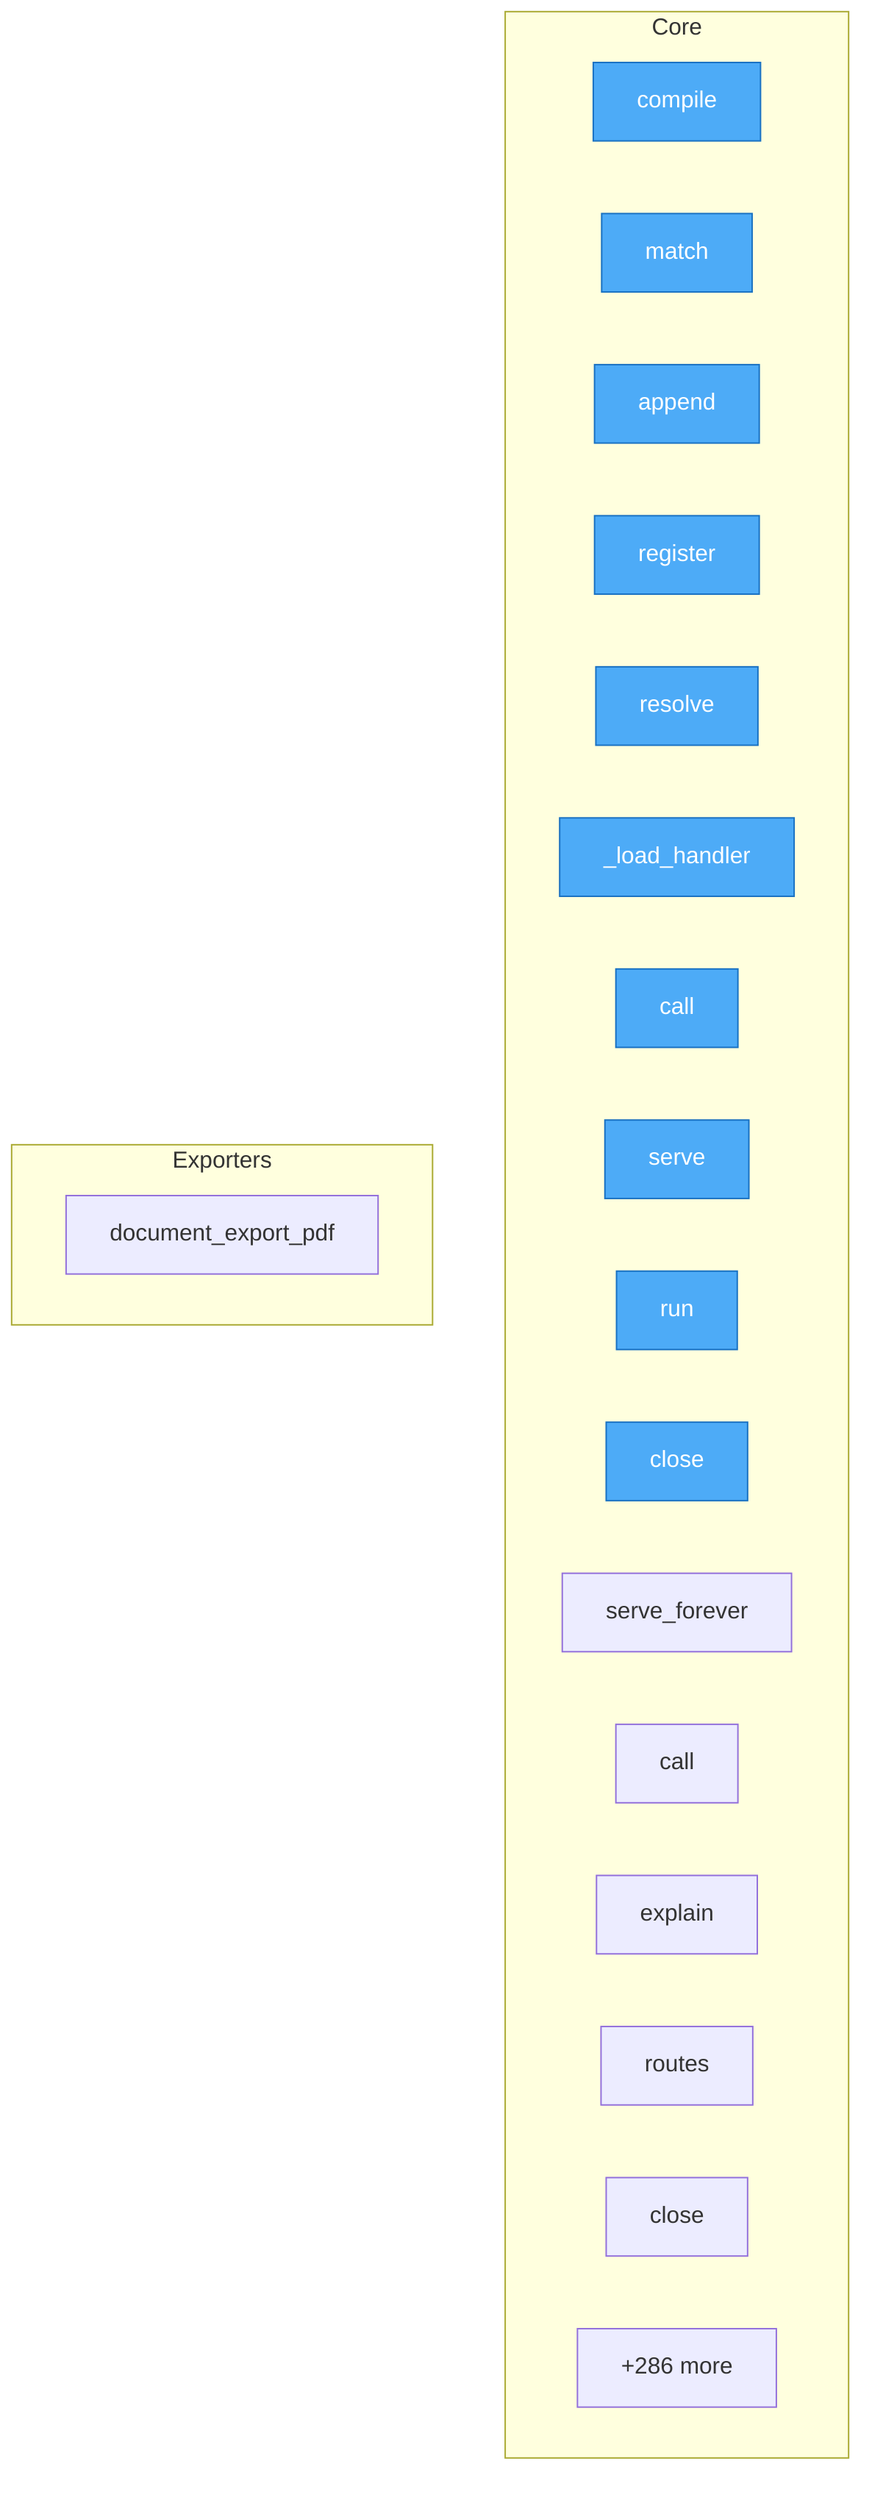
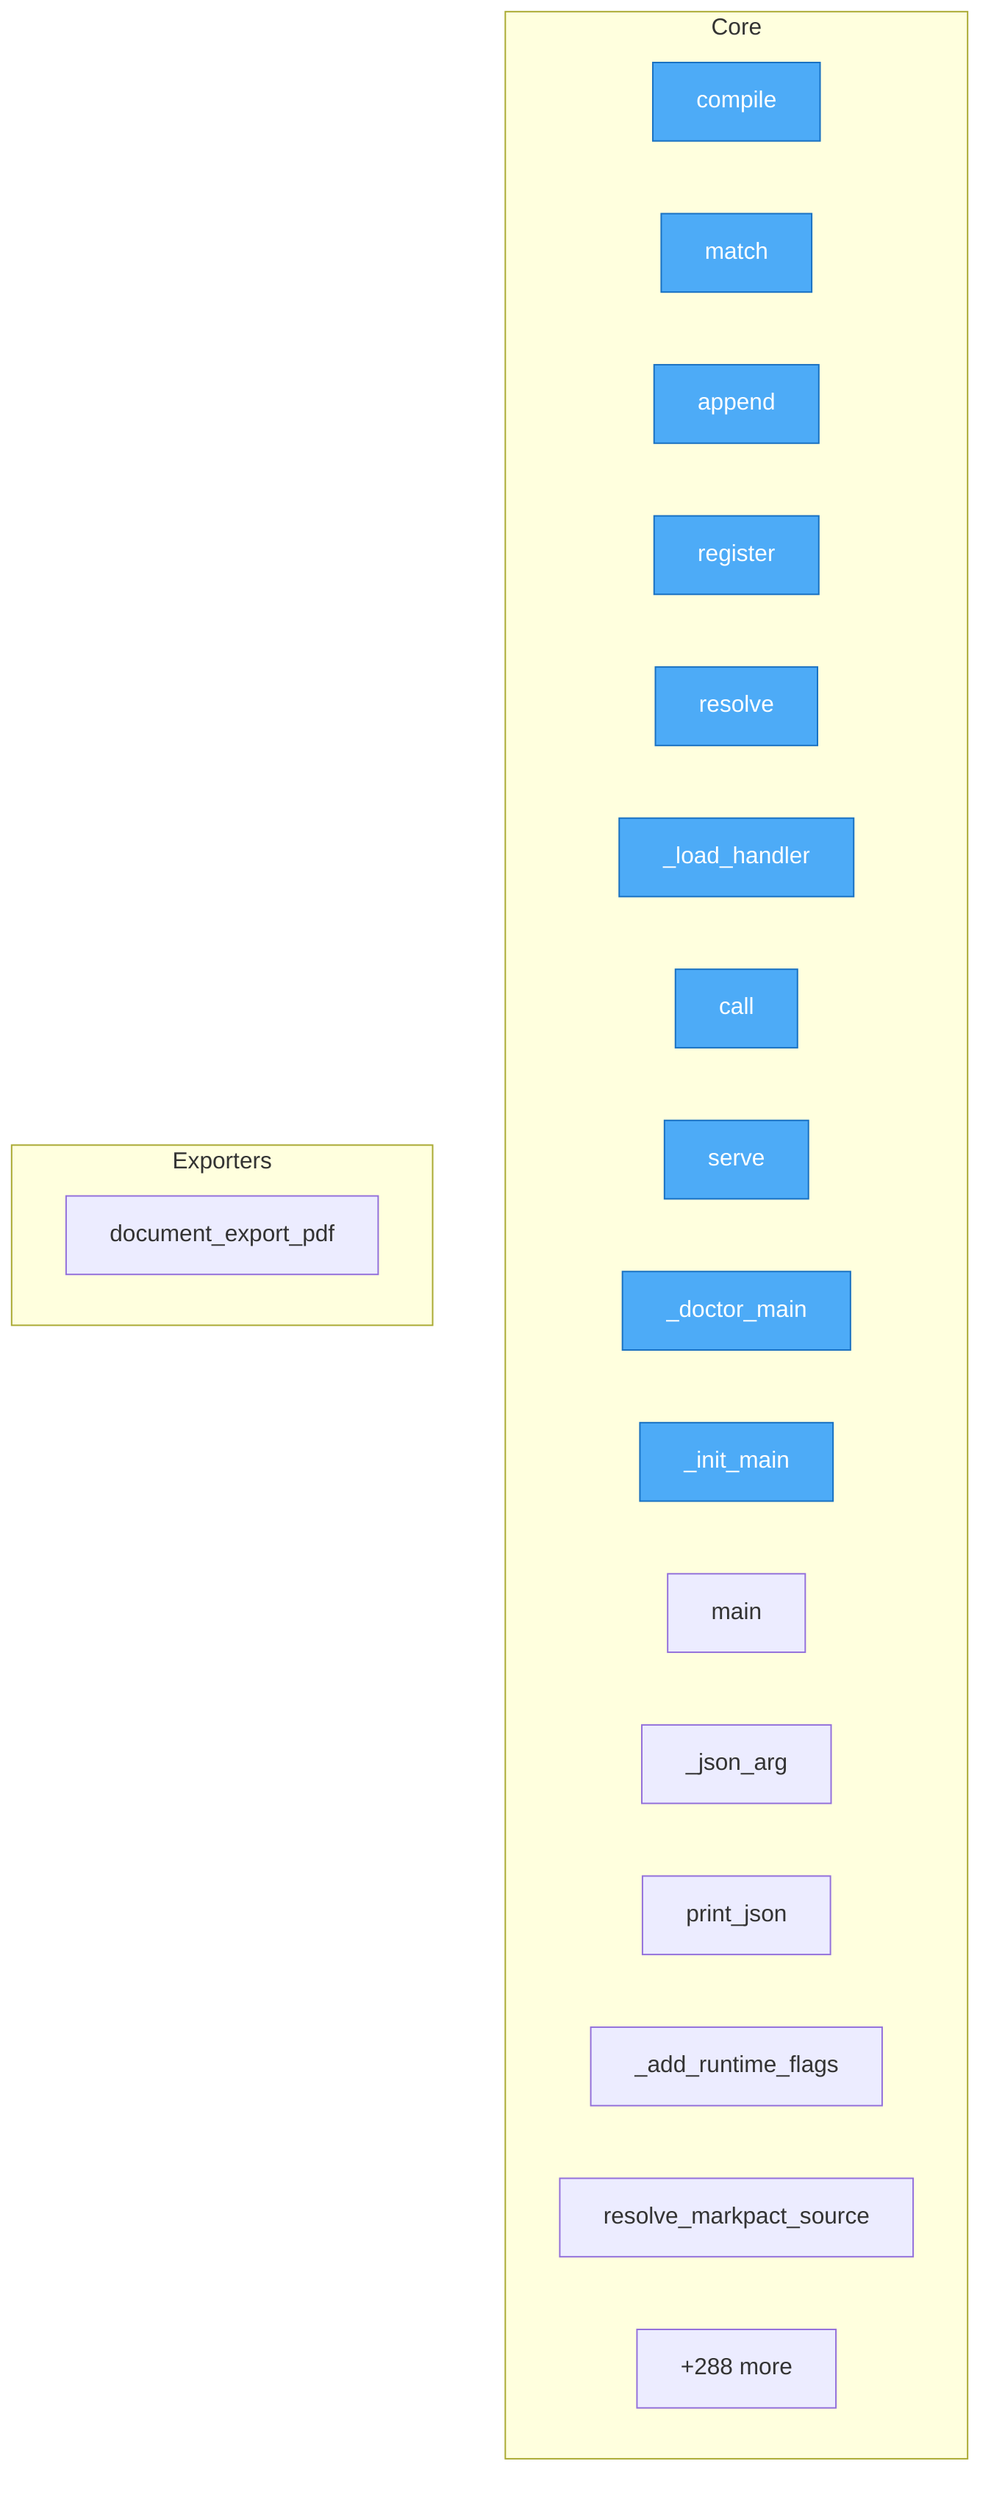
flowchart TD
- %% generated in 0.02s
+ %% generated in 0.03s

    %% Entry points (blue)
    classDef entry fill:#4dabf7,stroke:#1971c2,color:#fff

    subgraph Core
        packages__python__urisysedge__runtime__Route__compile["compile"]
        packages__python__urisysedge__runtime__Route__match["match"]
        packages__python__urisysedge__runtime__JsonlEventStore__append["append"]
        packages__python__urisysedge__runtime__Runtime__register["register"]
        packages__python__urisysedge__runtime__Runtime__resolve["resolve"]
        packages__python__urisysedge__runtime__Runtime___load_handler["_load_handler"]
        packages__python__urisysedge__runtime__Runtime__call["call"]
        packages__python__urisysedge__runtime__serve["serve"]
-         src__urisys__controllers__flow_controller__FlowController__run["run"]
-         src__urisys__controllers__flow_controller__FlowController__close["close"]
-         src__urisys__controllers__server_controller__ServerController__serve_forever["serve_forever"]
-         src__urisys__controllers__uri_controller__UriController__call["call"]
-         src__urisys__controllers__uri_controller__UriController__explain["explain"]
-         src__urisys__controllers__uri_controller__UriController__routes["routes"]
-         src__urisys__controllers__uri_controller__UriController__close["close"]
-         ...["+286 more"]
+         src__urisys__bootstrap___doctor_main["_doctor_main"]
+         src__urisys__bootstrap___init_main["_init_main"]
+         src__urisys__bootstrap__main["main"]
+         src__urisys__cli___json_arg["_json_arg"]
+         src__urisys__cli__print_json["print_json"]
+         src__urisys__cli___add_runtime_flags["_add_runtime_flags"]
+         src__urisys__cli__resolve_markpact_source["resolve_markpact_source"]
+         ...["+288 more"]
    end

    subgraph Exporters
        urikvm_docker__packages__python__urioffice__handlers__document_export_pdf["document_export_pdf"]
    end

-     class packages__python__urisysedge__runtime__Route__compile,packages__python__urisysedge__runtime__Route__match,packages__python__urisysedge__runtime__JsonlEventStore__append,packages__python__urisysedge__runtime__Runtime__register,packages__python__urisysedge__runtime__Runtime__resolve,packages__python__urisysedge__runtime__Runtime___load_handler,packages__python__urisysedge__runtime__Runtime__call,packages__python__urisysedge__runtime__serve,src__urisys__controllers__flow_controller__FlowController__run,src__urisys__controllers__flow_controller__FlowController__close entry
+     class packages__python__urisysedge__runtime__Route__compile,packages__python__urisysedge__runtime__Route__match,packages__python__urisysedge__runtime__JsonlEventStore__append,packages__python__urisysedge__runtime__Runtime__register,packages__python__urisysedge__runtime__Runtime__resolve,packages__python__urisysedge__runtime__Runtime___load_handler,packages__python__urisysedge__runtime__Runtime__call,packages__python__urisysedge__runtime__serve,src__urisys__bootstrap___doctor_main,src__urisys__bootstrap___init_main entry
